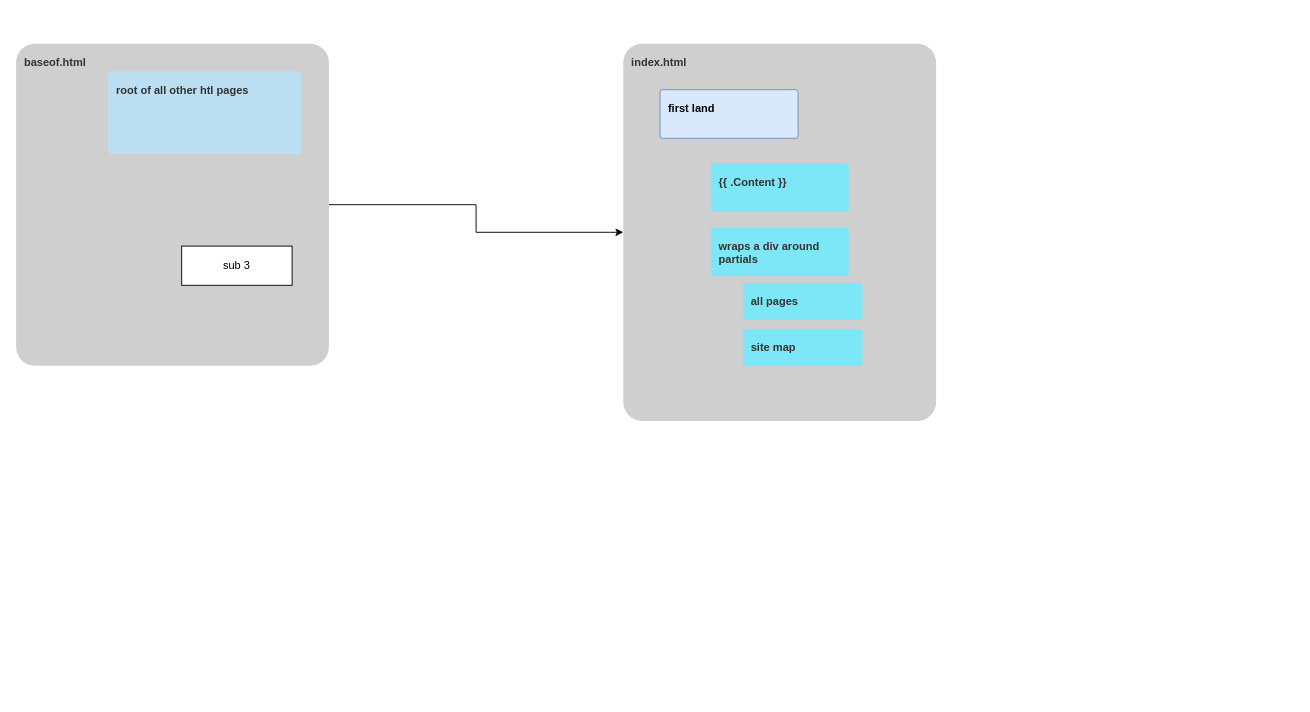
This is page "Tracking my theme inheritance" (3 of 6) of theme-tracking.drawio from umamiMike/technical-mess-diagrams, a draw.io file, before an edit. Source tidied: cells renumbered, new cells numbered last; positions are measured from the earlier drawing's top-left corner, leaving out a move shared by most shapes. Both pictures are drawn from the tidied source at 92%, with x=0, y=0 at pixel (16, 43).
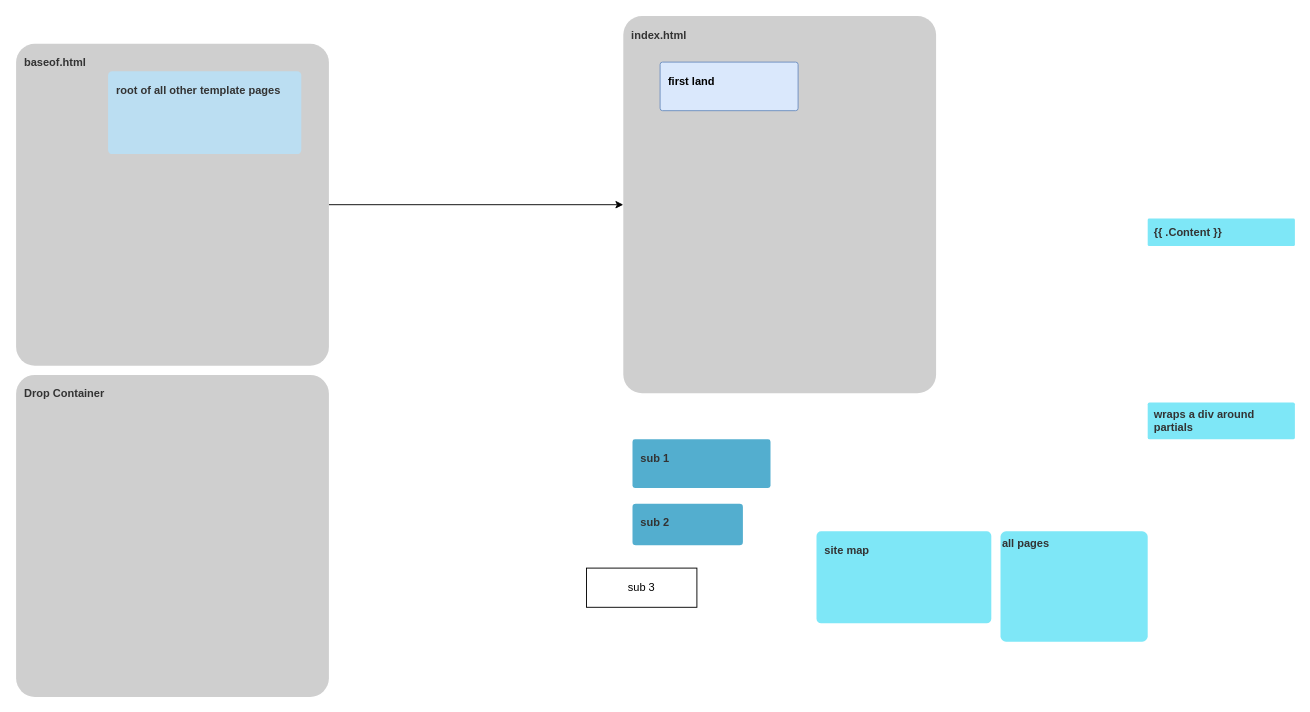
Above is the later version.

Change to the diagram source:
```diff
@@
 <mxGraphModel>
   <root>
     <mxCell id="0" />
     <mxCell id="1" parent="0" />
     <mxCell id="2" value="index.html" style="rounded=1;whiteSpace=wrap;html=1;fillColor=#CFCFCF;strokeColor=none;fontColor=#333333;fontStyle=1;spacing=9;arcSize=6;align=left;verticalAlign=top;" parent="1" vertex="1">
-      <mxGeometry x="660" width="340" height="410" as="geometry" />
+      <mxGeometry x="660" y="-30" width="340" height="410" as="geometry" />
     </mxCell>
     <mxCell id="3" value="first land" style="rounded=1;whiteSpace=wrap;html=1;strokeColor=#6c8ebf;fontStyle=1;spacing=9;align=left;verticalAlign=top;arcSize=5;fillColor=#dae8fc;" parent="2" vertex="1">
       <mxGeometry x="40" y="50" width="150" height="52.8" as="geometry" />
     </mxCell>
-    <mxCell id="4" value="{{ .Content }}" style="rounded=1;whiteSpace=wrap;html=1;strokeColor=none;fontColor=#333333;fontStyle=1;spacing=9;align=left;verticalAlign=top;arcSize=5;fillColor=#7EE7F7;" parent="2" vertex="1">
-      <mxGeometry x="95" y="130" width="150" height="52.8" as="geometry" />
-    </mxCell>
-    <mxCell id="5" value="all pages" style="rounded=1;whiteSpace=wrap;html=1;strokeColor=none;fontColor=#333333;fontStyle=1;spacing=9;align=left;verticalAlign=top;arcSize=5;fillColor=#7EE7F7;" parent="2" vertex="1">
-      <mxGeometry x="130" y="260" width="130" height="40" as="geometry" />
-    </mxCell>
-    <mxCell id="6" value="wraps a div around&amp;nbsp; partials" style="rounded=1;whiteSpace=wrap;html=1;strokeColor=none;fontColor=#333333;fontStyle=1;spacing=9;align=left;verticalAlign=top;arcSize=5;fillColor=#7EE7F7;" parent="2" vertex="1">
-      <mxGeometry x="95" y="200" width="150" height="52.8" as="geometry" />
-    </mxCell>
-    <mxCell id="7" value="site map" style="rounded=1;whiteSpace=wrap;html=1;strokeColor=none;fontColor=#333333;fontStyle=1;spacing=9;align=left;verticalAlign=top;arcSize=5;fillColor=#7EE7F7;" parent="2" vertex="1">
-      <mxGeometry x="130" y="310" width="130" height="40" as="geometry" />
-    </mxCell>
     <mxCell id="8" style="edgeStyle=orthogonalEdgeStyle;rounded=0;jettySize=auto;html=1;" parent="1" edge="1" source="9" target="2">
       <mxGeometry relative="1" as="geometry" />
     </mxCell>
     <mxCell id="9" value="baseof.html" style="rounded=1;whiteSpace=wrap;html=1;fillColor=#CFCFCF;strokeColor=none;fontColor=#333333;fontStyle=1;spacing=9;arcSize=6;align=left;verticalAlign=top;" parent="1" vertex="1">
       <mxGeometry width="340" height="350" as="geometry" />
     </mxCell>
-    <mxCell id="10" value="root of all other htl pages" style="rounded=1;whiteSpace=wrap;html=1;strokeColor=none;fontColor=#333333;fontStyle=1;spacing=9;align=left;verticalAlign=top;arcSize=5;fillColor=#BBDEF2;" parent="9" vertex="1">
+    <mxCell id="10" value="root of all other template pages" style="rounded=1;whiteSpace=wrap;html=1;strokeColor=none;fontColor=#333333;fontStyle=1;spacing=9;align=left;verticalAlign=top;arcSize=5;fillColor=#BBDEF2;" parent="9" vertex="1">
       <mxGeometry x="100" y="30" width="210" height="90" as="geometry" />
     </mxCell>
+    <mxCell id="7" value="site map" style="rounded=1;whiteSpace=wrap;html=1;strokeColor=none;fontColor=#333333;fontStyle=1;spacing=9;align=left;verticalAlign=top;arcSize=5;fillColor=#7EE7F7;" parent="1" vertex="1">
+      <mxGeometry x="870" y="530" width="190" height="100" as="geometry" />
+    </mxCell>
+    <mxCell id="5" value="all pages" style="rounded=1;whiteSpace=wrap;html=1;strokeColor=none;fontColor=#333333;fontStyle=1;spacing=2;align=left;verticalAlign=top;arcSize=5;fillColor=#7EE7F7;" parent="1" vertex="1">
+      <mxGeometry x="1070" y="530" width="160" height="120" as="geometry" />
+    </mxCell>
+    <mxCell id="6" value="wraps a div around&amp;nbsp; partials" style="rounded=1;whiteSpace=wrap;strokeColor=none;fontColor=#333333;fontStyle=1;spacing=7;align=left;verticalAlign=middle;arcSize=5;fillColor=#7EE7F7;html=1;labelBackgroundColor=none;labelPosition=center;verticalLabelPosition=middle;textDirection=ltr;horizontal=1;" parent="1" vertex="1">
+      <mxGeometry x="1230" y="390" width="160" height="40" as="geometry" />
+    </mxCell>
+    <mxCell id="4" value="{{ .Content }}" style="rounded=1;whiteSpace=wrap;html=1;strokeColor=none;fontColor=#333333;fontStyle=1;spacing=7;align=left;verticalAlign=middle;arcSize=5;fillColor=#7EE7F7;" parent="1" vertex="1">
+      <mxGeometry x="1230" y="190" width="160" height="30" as="geometry" />
+    </mxCell>
+    <mxCell id="12" value="Drop Container" style="rounded=1;whiteSpace=wrap;html=1;fillColor=#CFCFCF;strokeColor=none;fontColor=#333333;fontStyle=1;spacing=9;arcSize=6;align=left;verticalAlign=top;labelBackgroundColor=none;" parent="1" vertex="1">
+      <mxGeometry y="360" width="340" height="350" as="geometry" />
+    </mxCell>
-    <mxCell id="11" value="sub 3" style="whiteSpace=wrap;html=1;" parent="9" vertex="1">
-      <mxGeometry x="180" y="220" width="120" height="42.6" as="geometry" />
+    <mxCell id="11" value="sub 3" style="whiteSpace=wrap;html=1;" parent="1" vertex="1">
+      <mxGeometry x="620" y="570" width="120" height="42.6" as="geometry" />
     </mxCell>
+    <mxCell id="13" value="sub 2" style="rounded=1;whiteSpace=wrap;html=1;fillColor=#53AECF;strokeColor=none;fontColor=#333333;fontStyle=1;spacing=9;align=left;verticalAlign=top;arcSize=8;" parent="1" vertex="1">
+      <mxGeometry x="670" y="500" width="120" height="45.2" as="geometry" />
+    </mxCell>
+    <mxCell id="14" value="sub 1" style="rounded=1;whiteSpace=wrap;html=1;fillColor=#53AECF;strokeColor=none;fontColor=#333333;fontStyle=1;spacing=9;align=left;verticalAlign=top;arcSize=5;" parent="1" vertex="1">
+      <mxGeometry x="670" y="430" width="150" height="52.8" as="geometry" />
+    </mxCell>
   </root>
 </mxGraphModel>
```
